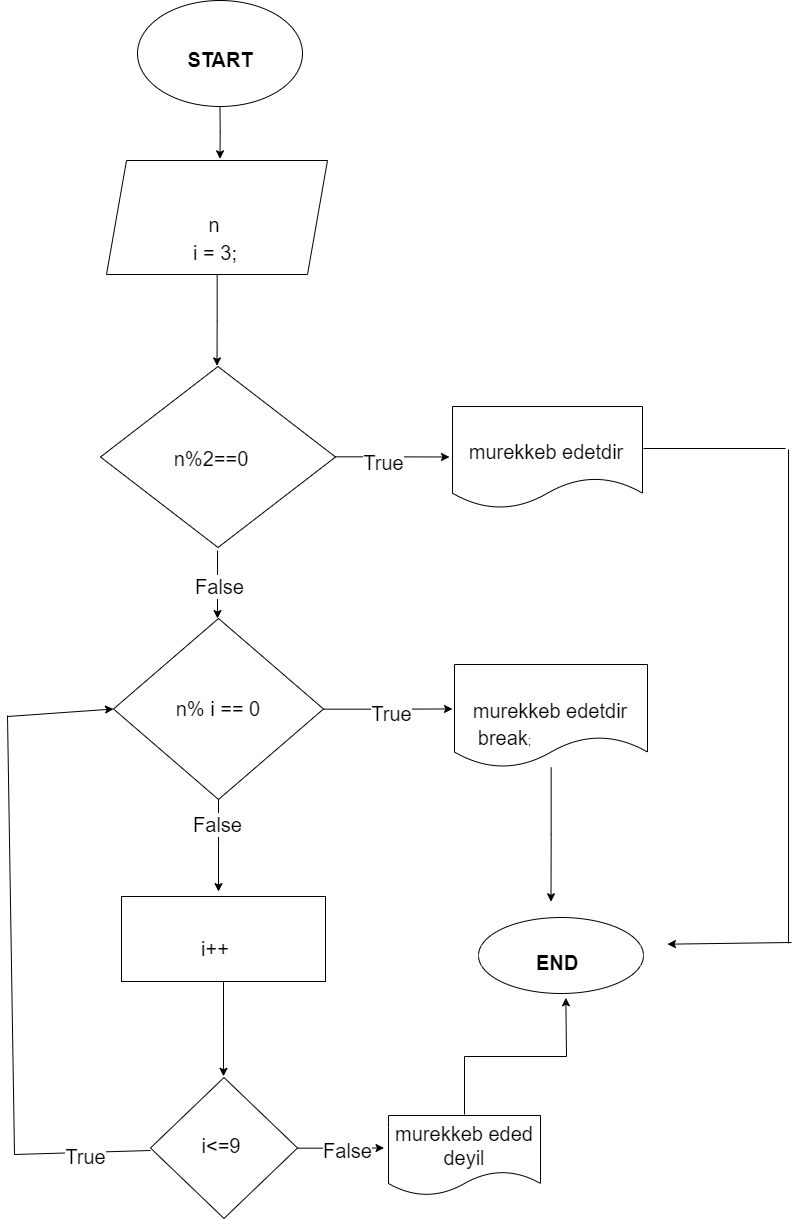
Before: Tasklar/Task-5.png, a diagram exported from draw.io (xasiyevsamir/G.Task-3). Source tidied: cells renumbered, new cells last; positions are measured from the earlier drawing's top-left corner, leaving out a move shared by most shapes.
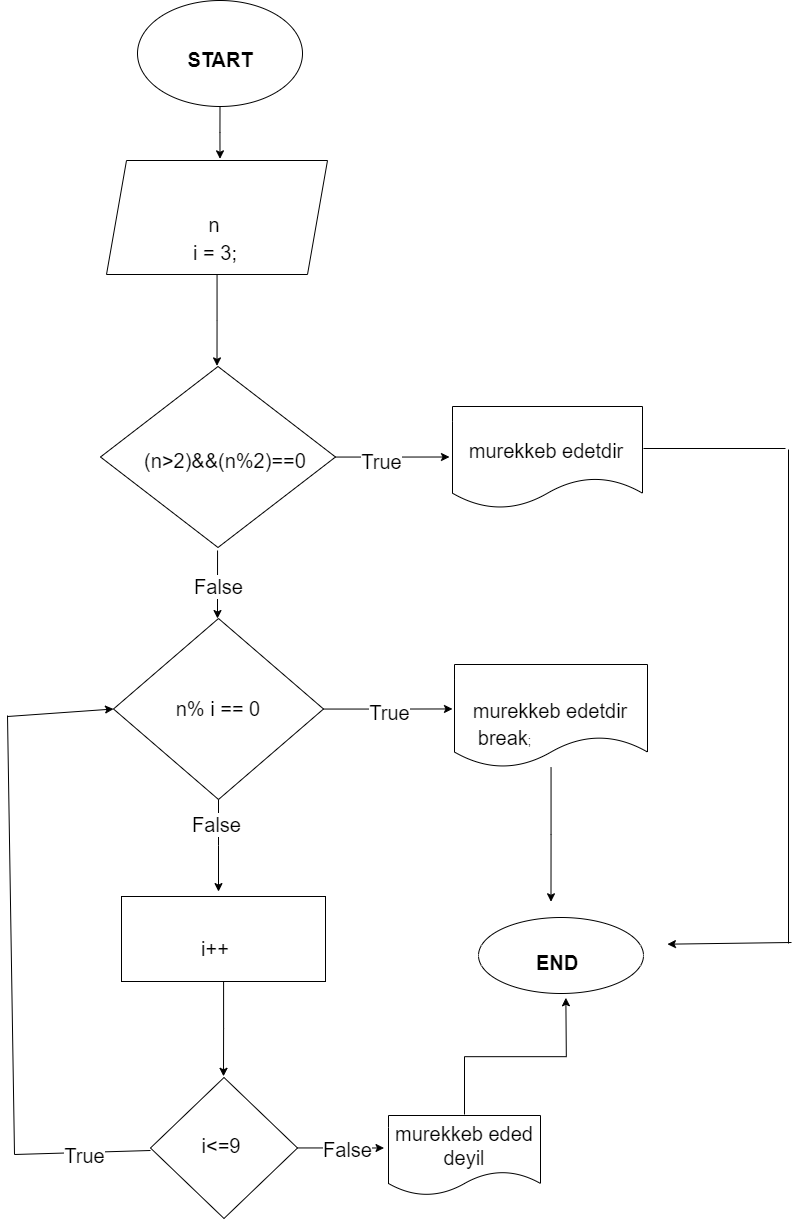
After the change.

Change to the diagram source:
```diff
@@ -64,8 +64,8 @@
     <mxCell id="17" value="&lt;font style=&quot;font-size: 20px;&quot;&gt;n&lt;/font&gt;" style="text;html=1;strokeColor=none;fillColor=none;align=center;verticalAlign=middle;whiteSpace=wrap;rounded=0;" parent="1" vertex="1">
       <mxGeometry x="177" y="209" width="60" height="30" as="geometry" />
     </mxCell>
-    <mxCell id="18" value="&lt;font style=&quot;vertical-align: inherit; font-size: 20px;&quot;&gt;n%2==0&lt;/font&gt;" style="text;html=1;strokeColor=none;fillColor=none;align=center;verticalAlign=middle;whiteSpace=wrap;rounded=0;" parent="1" vertex="1">
-      <mxGeometry x="174" y="443" width="60" height="30" as="geometry" />
+    <mxCell id="18" value="&lt;font style=&quot;vertical-align: inherit; font-size: 20px;&quot;&gt;(n&amp;gt;2)&amp;amp;&amp;amp;(n%2)==0&lt;/font&gt;" style="text;html=1;strokeColor=none;fillColor=none;align=center;verticalAlign=middle;whiteSpace=wrap;rounded=0;" parent="1" vertex="1">
+      <mxGeometry x="110" y="445" width="216" height="30" as="geometry" />
     </mxCell>
     <mxCell id="19" style="edgeStyle=orthogonalEdgeStyle;rounded=0;jettySize=auto;html=1;entryX=-0.079;entryY=0.377;entryDx=0;entryDy=0;entryPerimeter=0;" parent="1" edge="1" source="23">
       <mxGeometry relative="1" as="geometry">
```
